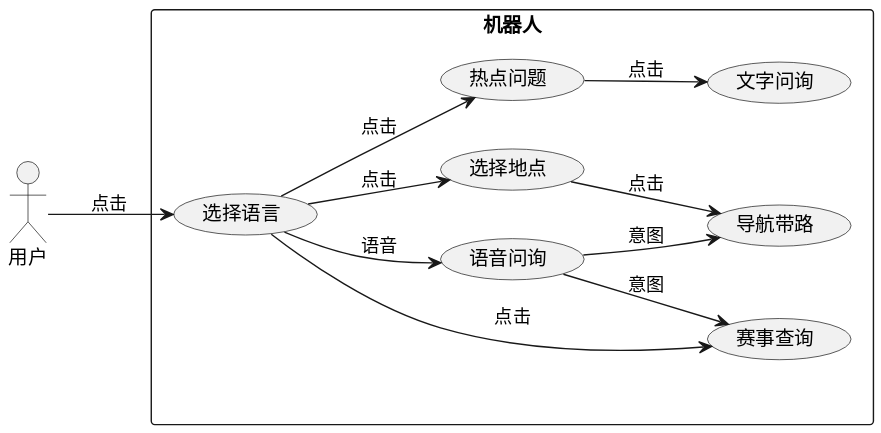
chuxubank/org keeps this PlantUML diagram as img/UseCase.svg. Above is the earlier version. The source it was exported from:
```plantuml
@startuml
left to right direction
actor "用户" as u
rectangle 机器人 {
    usecase "选择语言" as UC_Choose_Lang
    usecase "语音问询" as UC_QA_Audio
    usecase "文字问询" as UC_QA_Text
    usecase "热点问题" as UC_HotQuestion
    usecase "赛事查询" as UC_Sport_Query
    usecase "选择地点" as UC_Place_List
    usecase "导航带路" as UC_Nav
}
u --> UC_Choose_Lang : 点击
UC_Choose_Lang --> UC_QA_Audio : 语音
UC_Choose_Lang --> UC_HotQuestion : 点击
UC_Choose_Lang --> UC_Sport_Query : 点击
UC_Choose_Lang --> UC_Place_List : 点击
UC_Place_List --> UC_Nav : 点击
UC_HotQuestion --> UC_QA_Text : 点击
UC_QA_Audio --> UC_Sport_Query : 意图
UC_QA_Audio --> UC_Nav : 意图
@enduml
```
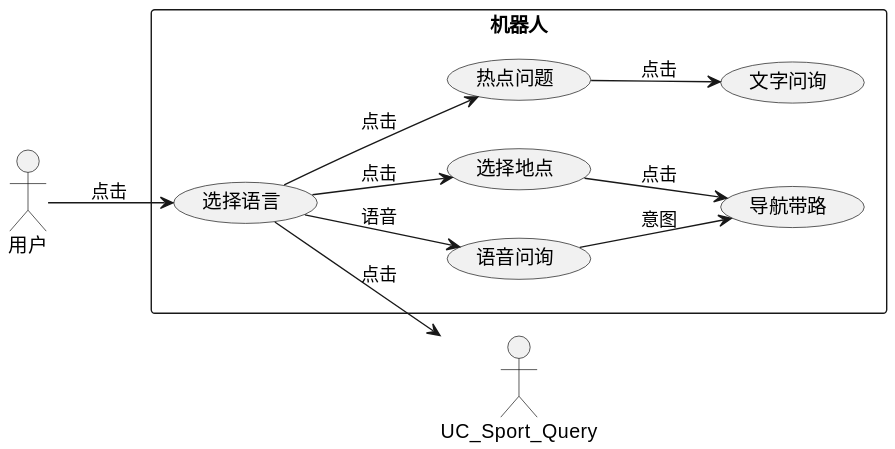
After the commit.

Commit message:
Scripted auto-commit on change (2024-04-30 17:08:28) by gitwatch.sh

The edit, as a diff of the source:
```diff
@@ -6,7 +6,6 @@
     usecase "语音问询" as UC_QA_Audio
     usecase "文字问询" as UC_QA_Text
     usecase "热点问题" as UC_HotQuestion
-    usecase "赛事查询" as UC_Sport_Query
     usecase "选择地点" as UC_Place_List
     usecase "导航带路" as UC_Nav
 }
@@ -17,6 +16,5 @@
 UC_Choose_Lang --> UC_Place_List : 点击
 UC_Place_List --> UC_Nav : 点击
 UC_HotQuestion --> UC_QA_Text : 点击
-UC_QA_Audio --> UC_Sport_Query : 意图
 UC_QA_Audio --> UC_Nav : 意图
 @enduml
```
